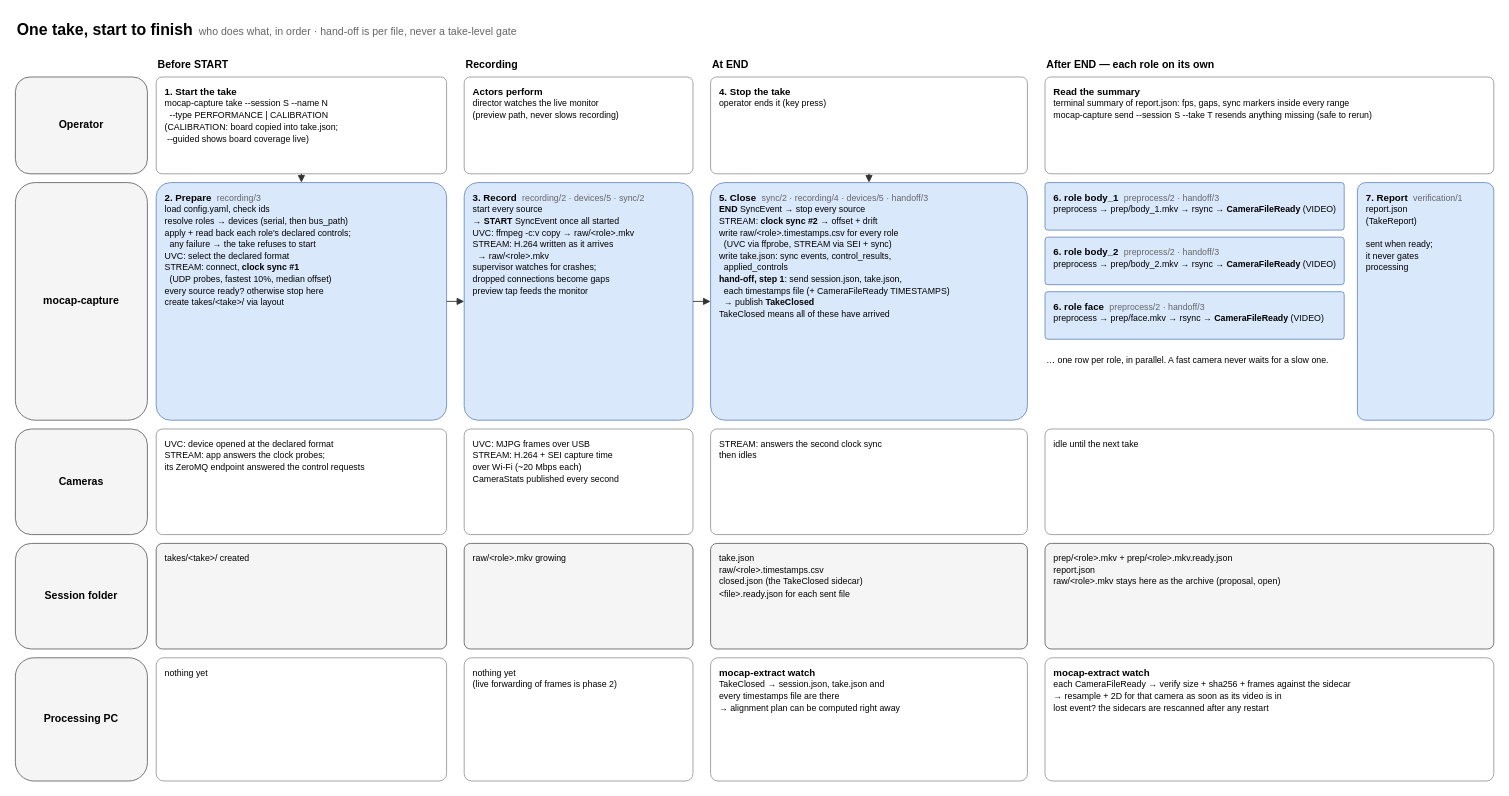
Earlier version of the draw.io diagram page "2 · One take" (2 of 4) of docs/recorder-pc.drawio (rafaelchiafarelli/mocap-capture). Source tidied: cells renumbered, new cells numbered last; positions are measured from the earlier drawing's top-left corner, leaving out a move shared by most shapes. Both pictures are drawn from the tidied source at 88%, with x=0, y=0 at pixel (15, 15).
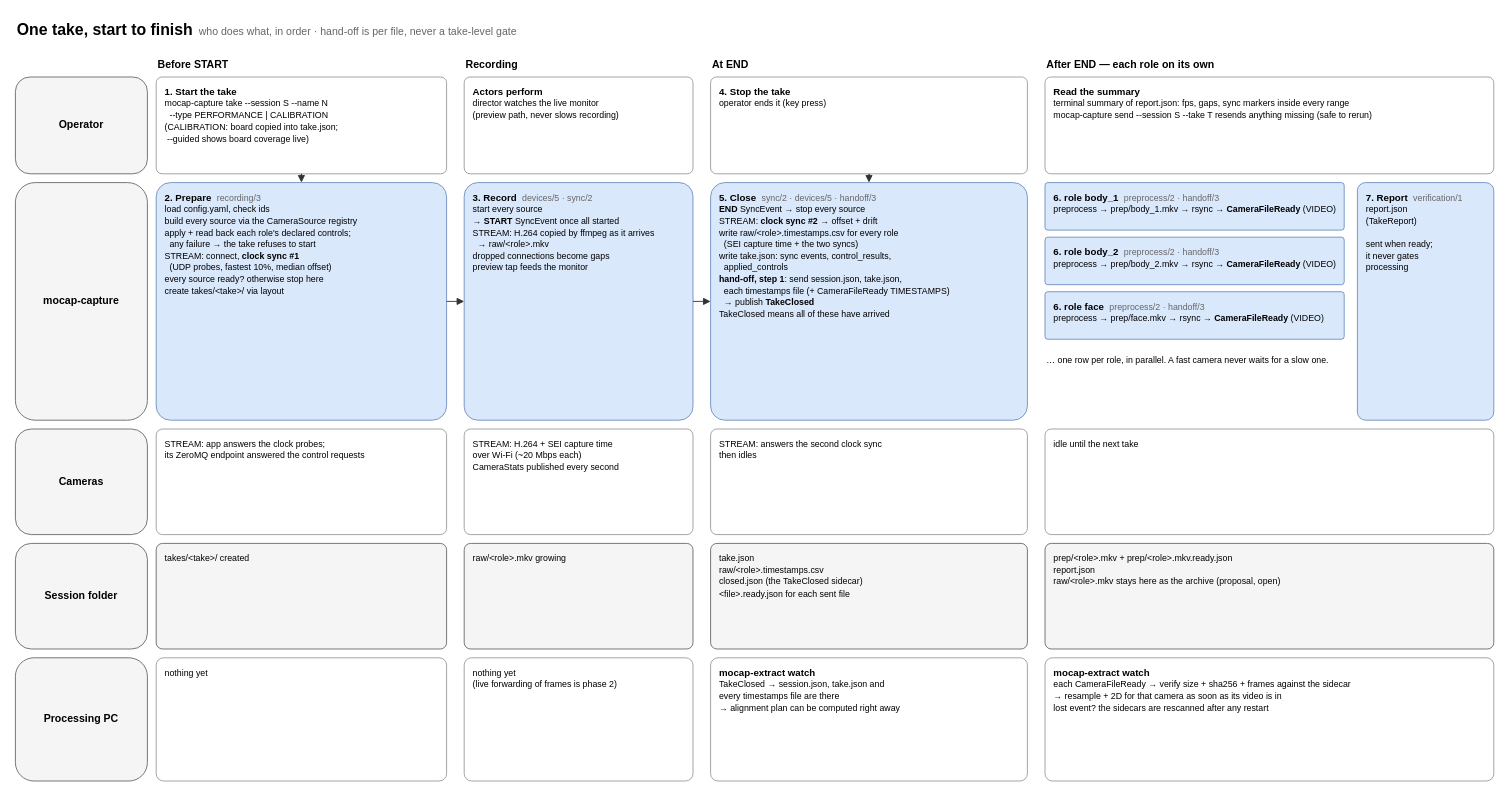
The same page after the edit.

Change to the diagram source:
```diff
@@
-    <mxCell id="16" value="&lt;b&gt;2. Prepare&lt;/b&gt; &amp;nbsp;&lt;font color='#666666' style='font-size:10px'&gt;recording/3&lt;/font&gt;&lt;br&gt;&lt;font style='font-size:10px'&gt;load config.yaml, check ids&lt;br&gt;resolve roles → devices (serial, then bus_path)&lt;br&gt;apply + read back each role's declared controls;&lt;br&gt;&amp;nbsp;&amp;nbsp;any failure → the take refuses to start&lt;br&gt;UVC: select the declared format&lt;br&gt;STREAM: connect, &lt;b&gt;clock sync #1&lt;/b&gt;&lt;br&gt;&amp;nbsp;&amp;nbsp;(UDP probes, fastest 10%, median offset)&lt;br&gt;every source ready? otherwise stop here&lt;br&gt;create takes/&amp;lt;take&amp;gt;/ via layout&lt;/font&gt;" style="rounded=1;whiteSpace=wrap;html=1;arcSize=6;align=left;verticalAlign=top;spacingLeft=8;spacingTop=4;fontSize=11;fillColor=#dae8fc;strokeColor=#6c8ebf;" parent="1" vertex="1">
+    <mxCell id="16" value="&lt;b&gt;2. Prepare&lt;/b&gt; &amp;nbsp;&lt;font color='#666666' style='font-size:10px'&gt;recording/3&lt;/font&gt;&lt;br&gt;&lt;font style='font-size:10px'&gt;load config.yaml, check ids&lt;br&gt;build every source via the CameraSource registry&lt;br&gt;apply + read back each role's declared controls;&lt;br&gt;&amp;nbsp;&amp;nbsp;any failure → the take refuses to start&lt;br&gt;STREAM: connect, &lt;b&gt;clock sync #1&lt;/b&gt;&lt;br&gt;&amp;nbsp;&amp;nbsp;(UDP probes, fastest 10%, median offset)&lt;br&gt;every source ready? otherwise stop here&lt;br&gt;create takes/&amp;lt;take&amp;gt;/ via layout&lt;/font&gt;" style="rounded=1;whiteSpace=wrap;html=1;arcSize=6;align=left;verticalAlign=top;spacingLeft=8;spacingTop=4;fontSize=11;fillColor=#dae8fc;strokeColor=#6c8ebf;" parent="1" vertex="1">
       <mxGeometry x="160" y="190" width="330" height="270" as="geometry" />
     </mxCell>
-    <mxCell id="17" value="&lt;b&gt;3. Record&lt;/b&gt; &amp;nbsp;&lt;font color='#666666' style='font-size:10px'&gt;recording/2 · devices/5 · sync/2&lt;/font&gt;&lt;br&gt;&lt;font style='font-size:10px'&gt;start every source&lt;br&gt;→ &lt;b&gt;START&lt;/b&gt; SyncEvent once all started&lt;br&gt;UVC: ffmpeg -c:v copy → raw/&amp;lt;role&amp;gt;.mkv&lt;br&gt;STREAM: H.264 written as it arrives&lt;br&gt;&amp;nbsp;&amp;nbsp;→ raw/&amp;lt;role&amp;gt;.mkv&lt;br&gt;supervisor watches for crashes;&lt;br&gt;dropped connections become gaps&lt;br&gt;preview tap feeds the monitor&lt;/font&gt;" style="rounded=1;whiteSpace=wrap;html=1;arcSize=6;align=left;verticalAlign=top;spacingLeft=8;spacingTop=4;fontSize=11;fillColor=#dae8fc;strokeColor=#6c8ebf;" parent="1" vertex="1">
+    <mxCell id="17" value="&lt;b&gt;3. Record&lt;/b&gt; &amp;nbsp;&lt;font color='#666666' style='font-size:10px'&gt;devices/5 · sync/2&lt;/font&gt;&lt;br&gt;&lt;font style='font-size:10px'&gt;start every source&lt;br&gt;→ &lt;b&gt;START&lt;/b&gt; SyncEvent once all started&lt;br&gt;STREAM: H.264 copied by ffmpeg as it arrives&lt;br&gt;&amp;nbsp;&amp;nbsp;→ raw/&amp;lt;role&amp;gt;.mkv&lt;br&gt;dropped connections become gaps&lt;br&gt;preview tap feeds the monitor&lt;/font&gt;" style="rounded=1;whiteSpace=wrap;html=1;arcSize=6;align=left;verticalAlign=top;spacingLeft=8;spacingTop=4;fontSize=11;fillColor=#dae8fc;strokeColor=#6c8ebf;" parent="1" vertex="1">
       <mxGeometry x="510" y="190" width="260" height="270" as="geometry" />
     </mxCell>
-    <mxCell id="18" value="&lt;b&gt;5. Close&lt;/b&gt; &amp;nbsp;&lt;font color='#666666' style='font-size:10px'&gt;sync/2 · recording/4 · devices/5 · handoff/3&lt;/font&gt;&lt;br&gt;&lt;font style='font-size:10px'&gt;&lt;b&gt;END&lt;/b&gt; SyncEvent → stop every source&lt;br&gt;STREAM: &lt;b&gt;clock sync #2&lt;/b&gt; → offset + drift&lt;br&gt;write raw/&amp;lt;role&amp;gt;.timestamps.csv for every role&lt;br&gt;&amp;nbsp;&amp;nbsp;(UVC via ffprobe, STREAM via SEI + sync)&lt;br&gt;write take.json: sync events, control_results,&lt;br&gt;&amp;nbsp;&amp;nbsp;applied_controls&lt;br&gt;&lt;b&gt;hand-off, step 1&lt;/b&gt;: send session.json, take.json,&lt;br&gt;&amp;nbsp;&amp;nbsp;each timestamps file (+ CameraFileReady TIMESTAMPS)&lt;br&gt;&amp;nbsp;&amp;nbsp;→ publish &lt;b&gt;TakeClosed&lt;/b&gt;&lt;br&gt;TakeClosed means all of these have arrived&lt;/font&gt;" style="rounded=1;whiteSpace=wrap;html=1;arcSize=6;align=left;verticalAlign=top;spacingLeft=8;spacingTop=4;fontSize=11;fillColor=#dae8fc;strokeColor=#6c8ebf;" parent="1" vertex="1">
+    <mxCell id="18" value="&lt;b&gt;5. Close&lt;/b&gt; &amp;nbsp;&lt;font color='#666666' style='font-size:10px'&gt;sync/2 · devices/5 · handoff/3&lt;/font&gt;&lt;br&gt;&lt;font style='font-size:10px'&gt;&lt;b&gt;END&lt;/b&gt; SyncEvent → stop every source&lt;br&gt;STREAM: &lt;b&gt;clock sync #2&lt;/b&gt; → offset + drift&lt;br&gt;write raw/&amp;lt;role&amp;gt;.timestamps.csv for every role&lt;br&gt;&amp;nbsp;&amp;nbsp;(SEI capture time + the two syncs)&lt;br&gt;write take.json: sync events, control_results,&lt;br&gt;&amp;nbsp;&amp;nbsp;applied_controls&lt;br&gt;&lt;b&gt;hand-off, step 1&lt;/b&gt;: send session.json, take.json,&lt;br&gt;&amp;nbsp;&amp;nbsp;each timestamps file (+ CameraFileReady TIMESTAMPS)&lt;br&gt;&amp;nbsp;&amp;nbsp;→ publish &lt;b&gt;TakeClosed&lt;/b&gt;&lt;br&gt;TakeClosed means all of these have arrived&lt;/font&gt;" style="rounded=1;whiteSpace=wrap;html=1;arcSize=6;align=left;verticalAlign=top;spacingLeft=8;spacingTop=4;fontSize=11;fillColor=#dae8fc;strokeColor=#6c8ebf;" parent="1" vertex="1">
       <mxGeometry x="790" y="190" width="360" height="270" as="geometry" />
     </mxCell>
@@
-    <mxCell id="24" value="&lt;font style='font-size:10px'&gt;UVC: device opened at the declared format&lt;br&gt;STREAM: app answers the clock probes;&lt;br&gt;its ZeroMQ endpoint answered the control requests&lt;/font&gt;" style="rounded=1;whiteSpace=wrap;html=1;arcSize=6;align=left;verticalAlign=top;spacingLeft=8;spacingTop=4;fontSize=11;fillColor=#ffffff;strokeColor=#999999;" parent="1" vertex="1">
+    <mxCell id="24" value="&lt;font style='font-size:10px'&gt;STREAM: app answers the clock probes;&lt;br&gt;its ZeroMQ endpoint answered the control requests&lt;/font&gt;" style="rounded=1;whiteSpace=wrap;html=1;arcSize=6;align=left;verticalAlign=top;spacingLeft=8;spacingTop=4;fontSize=11;fillColor=#ffffff;strokeColor=#999999;" parent="1" vertex="1">
       <mxGeometry x="160" y="470" width="330" height="120" as="geometry" />
     </mxCell>
-    <mxCell id="25" value="&lt;font style='font-size:10px'&gt;UVC: MJPG frames over USB&lt;br&gt;STREAM: H.264 + SEI capture time&lt;br&gt;over Wi-Fi (~20 Mbps each)&lt;br&gt;CameraStats published every second&lt;/font&gt;" style="rounded=1;whiteSpace=wrap;html=1;arcSize=6;align=left;verticalAlign=top;spacingLeft=8;spacingTop=4;fontSize=11;fillColor=#ffffff;strokeColor=#999999;" parent="1" vertex="1">
+    <mxCell id="25" value="&lt;font style='font-size:10px'&gt;STREAM: H.264 + SEI capture time&lt;br&gt;over Wi-Fi (~20 Mbps each)&lt;br&gt;CameraStats published every second&lt;/font&gt;" style="rounded=1;whiteSpace=wrap;html=1;arcSize=6;align=left;verticalAlign=top;spacingLeft=8;spacingTop=4;fontSize=11;fillColor=#ffffff;strokeColor=#999999;" parent="1" vertex="1">
       <mxGeometry x="510" y="470" width="260" height="120" as="geometry" />
     </mxCell>
```
